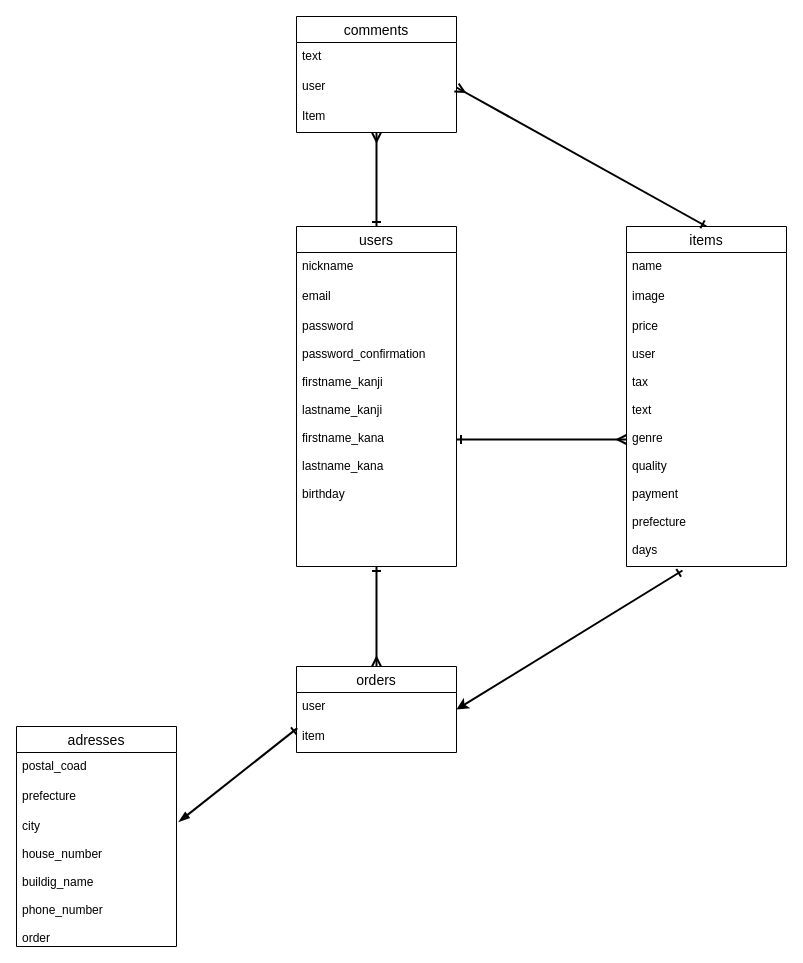
Above: furima-er.dio in 0gatatsu/furima-40194 (draw.io), before the change. Source tidied: cells renumbered, new cells numbered last; positions are measured from the earlier drawing's top-left corner, leaving out a move shared by most shapes. Both pictures are drawn from the tidied source at 100%, with x=0, y=0 at pixel (16, 16).
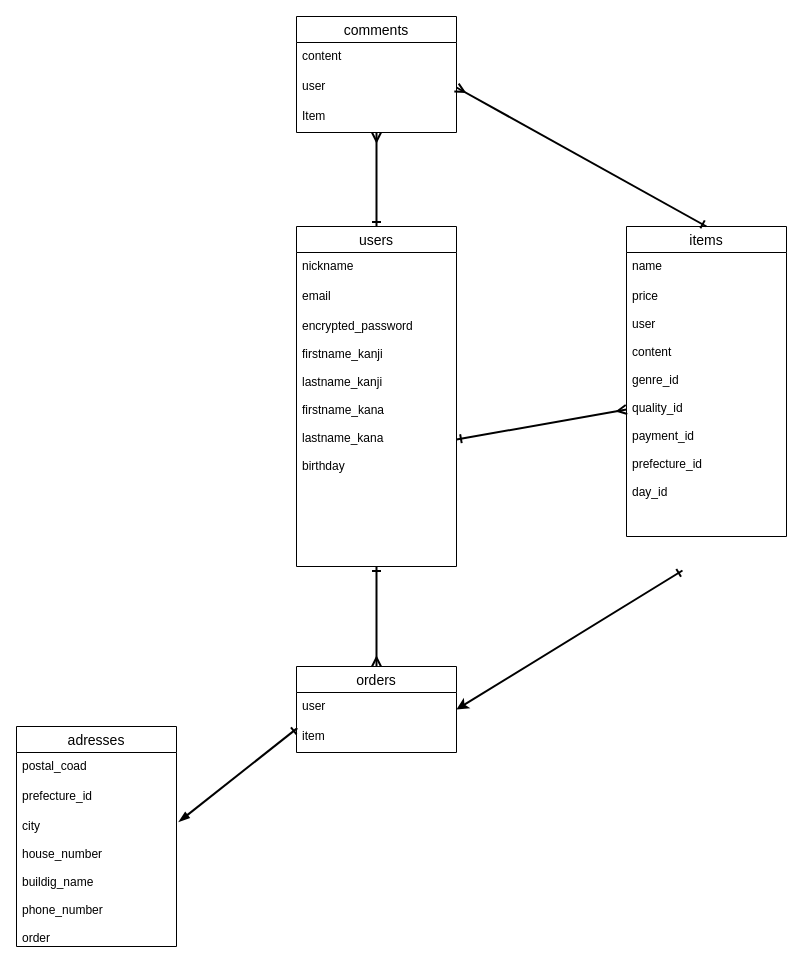
Above is the later version.

Commit message (it also covers changes not shown here):
ER図、README修正①

The change refers to these unchanged cells:
```xml
<mxCell id="3" value="users" style="swimlane;fontStyle=0;horizontal=1;startSize=26;align=center;fontSize=14;" parent="1" vertex="1">
  <mxGeometry x="280" y="210" width="160" height="340" as="geometry" />
</mxCell>
<mxCell id="7" value="comments" style="swimlane;fontStyle=0;horizontal=1;startSize=26;align=center;fontSize=14;" parent="1" vertex="1">
  <mxGeometry x="280" width="160" height="116" as="geometry" />
</mxCell>
<mxCell id="20" value="adresses" style="swimlane;fontStyle=0;horizontal=1;startSize=26;align=center;fontSize=14;" parent="1" vertex="1">
  <mxGeometry y="710" width="160" height="220" as="geometry" />
</mxCell>
```

Change to the diagram source:
```diff
@@
-    <mxCell id="6" value="password&#10;&#10;password_confirmation&#10;&#10;firstname_kanji&#10;&#10;lastname_kanji&#10;&#10;firstname_kana&#10;&#10;lastname_kana&#10;&#10;birthday" style="text;strokeColor=none;fillColor=none;spacingLeft=4;spacingRight=4;overflow=hidden;points=[[0,0.5],[1,0.5]];portConstraint=eastwest;fontSize=12;" parent="3" vertex="1">
+    <mxCell id="6" value="encrypted_password&#10;&#10;firstname_kanji&#10;&#10;lastname_kanji&#10;&#10;firstname_kana&#10;&#10;lastname_kana&#10;&#10;birthday" style="text;strokeColor=none;fillColor=none;spacingLeft=4;spacingRight=4;overflow=hidden;points=[[0,0.5],[1,0.5]];portConstraint=eastwest;fontSize=12;" parent="3" vertex="1">
       <mxGeometry y="86" width="160" height="254" as="geometry" />
     </mxCell>
@@
-    <mxCell id="8" value="text&#10;" style="text;strokeColor=none;fillColor=none;spacingLeft=4;spacingRight=4;overflow=hidden;fontSize=12;" parent="7" vertex="1">
+    <mxCell id="8" value="content" style="text;strokeColor=none;fillColor=none;spacingLeft=4;spacingRight=4;overflow=hidden;fontSize=12;" parent="7" vertex="1">
       <mxGeometry y="26" width="160" height="30" as="geometry" />
     </mxCell>
@@
     <mxCell id="11" value="items" style="swimlane;fontStyle=0;horizontal=1;startSize=26;align=center;fontSize=14;" parent="1" vertex="1">
-      <mxGeometry x="610" y="210" width="160" height="340" as="geometry" />
+      <mxGeometry x="610" y="210" width="160" height="310" as="geometry" />
     </mxCell>
@@
-    <mxCell id="13" value="image" style="text;strokeColor=none;fillColor=none;spacingLeft=4;spacingRight=4;overflow=hidden;fontSize=12;" parent="11" vertex="1">
-      <mxGeometry y="56" width="160" height="30" as="geometry" />
-    </mxCell>
-    <mxCell id="14" value="price&#10;&#10;user&#10;&#10;tax&#10;&#10;text&#10;&#10;genre&#10;&#10;quality&#10;&#10;payment&#10;&#10;prefecture&#10;&#10;days" style="text;strokeColor=none;fillColor=none;spacingLeft=4;spacingRight=4;overflow=hidden;points=[[0,0.5],[1,0.5]];portConstraint=eastwest;fontSize=12;" parent="11" vertex="1">
-      <mxGeometry y="86" width="160" height="254" as="geometry" />
+    <mxCell id="14" value="price&#10;&#10;user&#10;&#10;content&#10;&#10;genre_id&#10;&#10;quality_id&#10;&#10;payment_id&#10;&#10;prefecture_id&#10;&#10;day_id" style="text;strokeColor=none;fillColor=none;spacingLeft=4;spacingRight=4;overflow=hidden;points=[[0,0.5],[1,0.5]];portConstraint=eastwest;fontSize=12;" parent="11" vertex="1">
+      <mxGeometry y="56" width="160" height="254" as="geometry" />
     </mxCell>
@@
-    <mxCell id="22" value="prefecture" style="text;strokeColor=none;fillColor=none;spacingLeft=4;spacingRight=4;overflow=hidden;fontSize=12;" parent="20" vertex="1">
+    <mxCell id="22" value="prefecture_id" style="text;strokeColor=none;fillColor=none;spacingLeft=4;spacingRight=4;overflow=hidden;fontSize=12;" parent="20" vertex="1">
       <mxGeometry y="56" width="160" height="30" as="geometry" />
     </mxCell>
```
